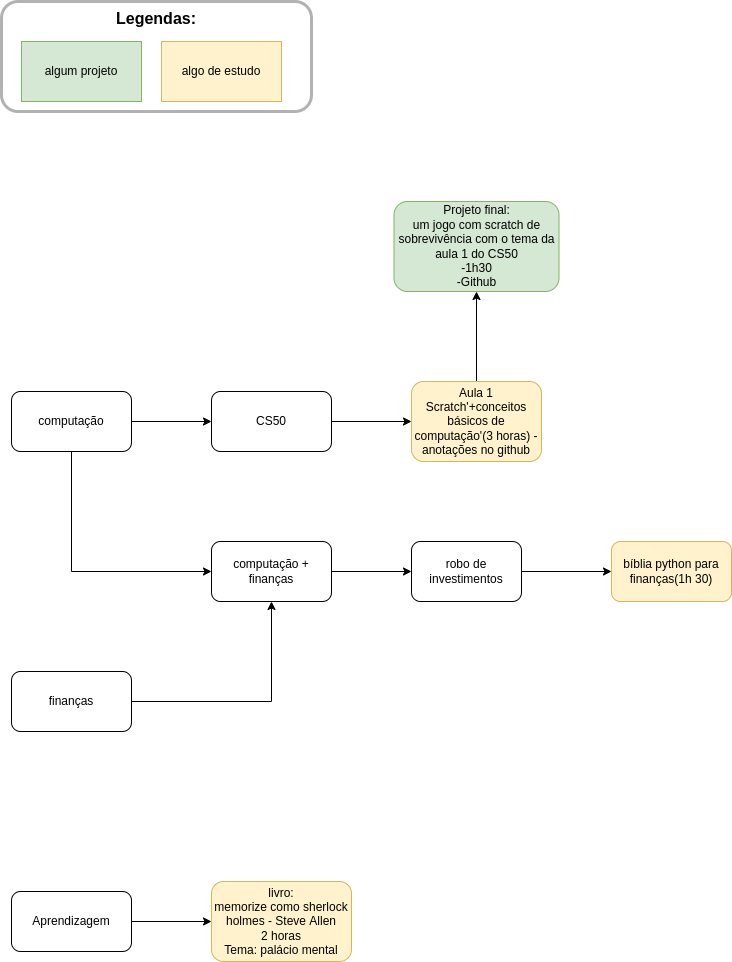
The draw.io diagram mystudies.drawio.png in gu-nog/my-studies, before a commit. Source tidied: cells renumbered, new cells last; positions are measured from the earlier drawing's top-left corner, leaving out a move shared by most shapes.
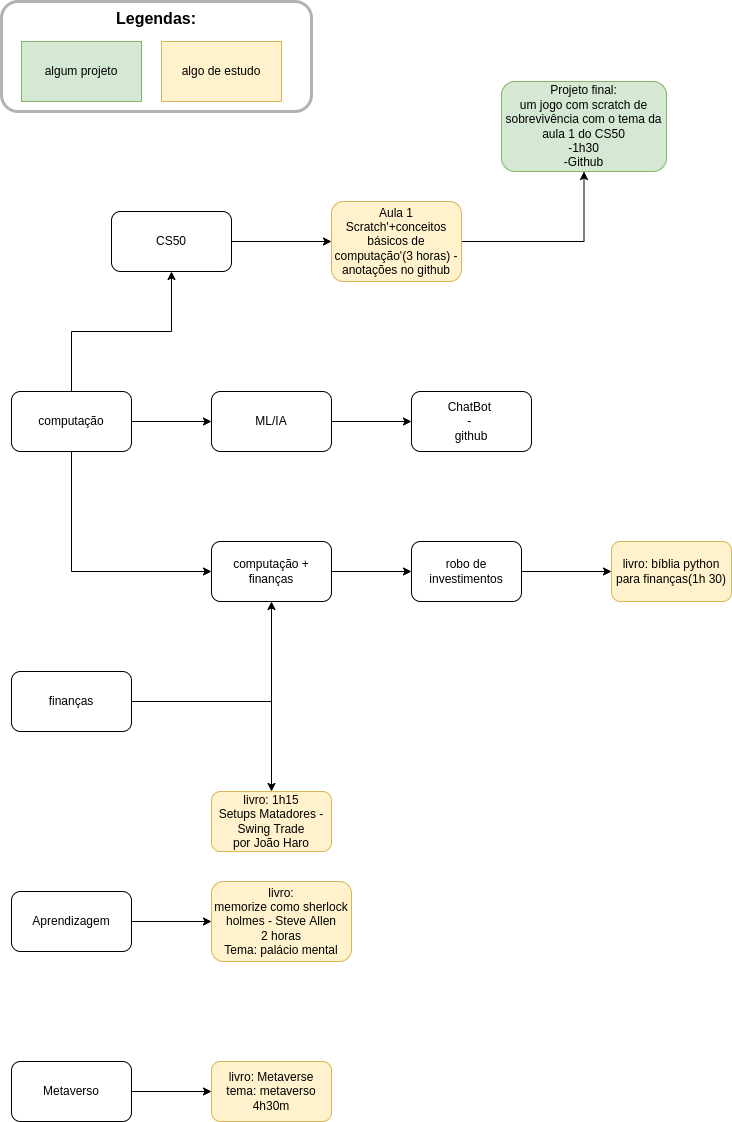
The same diagram one commit later.

The edit, as a diff of the source:
```diff
@@ -5,6 +5,9 @@
     <mxCell id="2" style="edgeStyle=orthogonalEdgeStyle;rounded=0;jettySize=auto;html=1;" parent="1" edge="1" source="3" target="5">
       <mxGeometry relative="1" as="geometry" />
     </mxCell>
+    <mxCell id="23" style="edgeStyle=orthogonalEdgeStyle;rounded=0;jettySize=auto;html=1;" parent="1" edge="1" source="3" target="26">
+      <mxGeometry relative="1" as="geometry" />
+    </mxCell>
     <mxCell id="3" value="computação" style="rounded=1;whiteSpace=wrap;html=1;" parent="1" vertex="1">
       <mxGeometry x="10" y="390" width="120" height="60" as="geometry" />
     </mxCell>
@@ -12,17 +15,20 @@
       <mxGeometry relative="1" as="geometry" />
     </mxCell>
     <mxCell id="5" value="CS50" style="whiteSpace=wrap;html=1;rounded=1;" parent="1" vertex="1">
-      <mxGeometry x="210" y="390" width="120" height="60" as="geometry" />
+      <mxGeometry x="110" y="210" width="120" height="60" as="geometry" />
     </mxCell>
     <mxCell id="6" style="edgeStyle=orthogonalEdgeStyle;rounded=0;jettySize=auto;html=1;" parent="1" edge="1" source="7" target="18">
       <mxGeometry relative="1" as="geometry" />
     </mxCell>
     <mxCell id="7" value="Aula 1&lt;br&gt;Scratch'+conceitos básicos de computação'(3 horas) - anotações no github" style="whiteSpace=wrap;html=1;rounded=1;fillColor=#fff2cc;strokeColor=#d6b656;" parent="1" vertex="1">
-      <mxGeometry x="410" y="380" width="130" height="80" as="geometry" />
+      <mxGeometry x="330" y="200" width="130" height="80" as="geometry" />
     </mxCell>
     <mxCell id="8" style="edgeStyle=orthogonalEdgeStyle;rounded=0;jettySize=auto;html=1;" parent="1" edge="1" source="9" target="11">
       <mxGeometry relative="1" as="geometry" />
     </mxCell>
+    <mxCell id="24" style="edgeStyle=orthogonalEdgeStyle;rounded=0;jettySize=auto;html=1;" parent="1" edge="1" source="9" target="28">
+      <mxGeometry relative="1" as="geometry" />
+    </mxCell>
     <mxCell id="9" value="finanças" style="rounded=1;whiteSpace=wrap;html=1;" parent="1" vertex="1">
       <mxGeometry x="10" y="670" width="120" height="60" as="geometry" />
     </mxCell>
@@ -45,7 +51,7 @@
     <mxCell id="14" value="robo de investimentos" style="rounded=1;whiteSpace=wrap;html=1;" parent="1" vertex="1">
       <mxGeometry x="410" y="540" width="110" height="60" as="geometry" />
     </mxCell>
-    <mxCell id="15" value="bíblia python para finanças(1h 30)" style="rounded=1;whiteSpace=wrap;html=1;fillColor=#fff2cc;strokeColor=#d6b656;" parent="1" vertex="1">
+    <mxCell id="15" value="livro: bíblia python para finanças(1h 30)" style="rounded=1;whiteSpace=wrap;html=1;fillColor=#fff2cc;strokeColor=#d6b656;" parent="1" vertex="1">
       <mxGeometry x="610" y="540" width="120" height="60" as="geometry" />
     </mxCell>
     <mxCell id="16" value="algum projeto" style="rounded=0;whiteSpace=wrap;html=1;fillColor=#d5e8d4;strokeColor=#82b366;" parent="1" vertex="1">
@@ -55,7 +61,7 @@
       <mxGeometry x="160" y="40" width="120" height="60" as="geometry" />
     </mxCell>
     <mxCell id="18" value="&lt;span&gt;Projeto final:&lt;/span&gt;&lt;br&gt;&lt;span&gt;um jogo com scratch de sobrevivência com o tema da aula 1 do CS50&lt;/span&gt;&lt;br&gt;&lt;span&gt;-1h30&lt;/span&gt;&lt;br&gt;&lt;span&gt;-Github&lt;/span&gt;" style="whiteSpace=wrap;html=1;fillColor=#d5e8d4;strokeColor=#82b366;rounded=1;" parent="1" vertex="1">
-      <mxGeometry x="392.5" y="200" width="165" height="90" as="geometry" />
+      <mxGeometry x="500" y="80" width="165" height="90" as="geometry" />
     </mxCell>
     <mxCell id="19" value="&lt;font style=&quot;font-size: 16px&quot;&gt;&lt;b&gt;&lt;font style=&quot;font-size: 16px&quot;&gt;Legendas:&lt;br&gt;&lt;/font&gt;&lt;br&gt;&lt;br&gt;&lt;br&gt;&lt;/b&gt;&lt;br&gt;&lt;/font&gt;" style="rounded=1;opacity=30;shadow=0;glass=0;sketch=0;fillColor=none;strokeColor=#000000;strokeWidth=3;html=1;whiteSpace=wrap;" parent="1" vertex="1">
       <mxGeometry width="310" height="110" as="geometry" />
@@ -69,5 +75,26 @@
     <mxCell id="22" value="livro:&lt;br&gt;memorize como sherlock holmes - Steve Allen&lt;br&gt;2 horas&lt;br&gt;Tema: palácio mental" style="whiteSpace=wrap;html=1;rounded=1;fillColor=#fff2cc;strokeColor=#d6b656;" parent="1" vertex="1">
       <mxGeometry x="210" y="880" width="140" height="80" as="geometry" />
     </mxCell>
+    <mxCell id="25" style="edgeStyle=orthogonalEdgeStyle;rounded=0;jettySize=auto;html=1;" parent="1" edge="1" source="26" target="27">
+      <mxGeometry relative="1" as="geometry" />
+    </mxCell>
+    <mxCell id="26" value="ML/IA" style="whiteSpace=wrap;html=1;rounded=1;" parent="1" vertex="1">
+      <mxGeometry x="210" y="390" width="120" height="60" as="geometry" />
+    </mxCell>
+    <mxCell id="27" value="ChatBot &lt;br&gt;- &lt;br&gt;github" style="whiteSpace=wrap;html=1;rounded=1;" parent="1" vertex="1">
+      <mxGeometry x="410" y="390" width="120" height="60" as="geometry" />
+    </mxCell>
+    <mxCell id="28" value="livro: 1h15&lt;br&gt;Setups Matadores - Swing Trade&lt;br&gt;por João Haro" style="whiteSpace=wrap;html=1;rounded=1;fillColor=#fff2cc;strokeColor=#d6b656;" parent="1" vertex="1">
+      <mxGeometry x="210" y="790" width="120" height="60" as="geometry" />
+    </mxCell>
+    <mxCell id="29" style="edgeStyle=orthogonalEdgeStyle;rounded=0;jettySize=auto;html=1;" parent="1" edge="1" source="30" target="31">
+      <mxGeometry relative="1" as="geometry" />
+    </mxCell>
+    <mxCell id="30" value="Metaverso" style="rounded=1;whiteSpace=wrap;html=1;" parent="1" vertex="1">
+      <mxGeometry x="10" y="1060" width="120" height="60" as="geometry" />
+    </mxCell>
+    <mxCell id="31" value="livro: Metaverse&lt;br&gt;tema: metaverso&lt;br&gt;4h30m" style="whiteSpace=wrap;html=1;rounded=1;fillColor=#fff2cc;strokeColor=#d6b656;" parent="1" vertex="1">
+      <mxGeometry x="210" y="1060" width="120" height="60" as="geometry" />
+    </mxCell>
   </root>
 </mxGraphModel>
```
